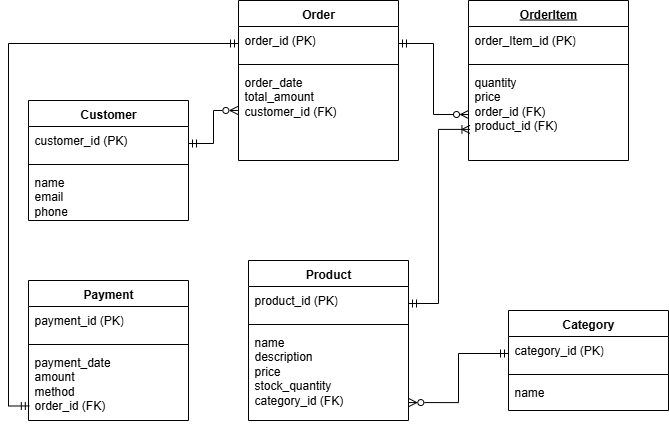
Above: Lab1/ER-діаграма (Crow’s Foot)/diagramCrowsFoot.drawio.png in prstkt1/2courseDB (draw.io), before the change. Source tidied: cells renumbered, new cells last; positions are measured from the earlier drawing's top-left corner, leaving out a move shared by most shapes. The source it was exported from:
```xml
<mxGraphModel>
  <root>
    <mxCell id="0" />
    <mxCell id="1" parent="0" />
    <mxCell id="2" value="Customer" style="swimlane;fontStyle=1;align=center;verticalAlign=top;horizontal=1;startSize=26;whiteSpace=wrap;html=1;" parent="1" vertex="1">
      <mxGeometry y="100" width="160" height="120" as="geometry" />
    </mxCell>
    <mxCell id="3" value="customer_id (PK)" style="text;strokeColor=none;fillColor=none;align=left;verticalAlign=top;spacingLeft=4;spacingRight=4;overflow=hidden;points=[[0,0.5],[1,0.5]];portConstraint=eastwest;whiteSpace=wrap;html=1;" parent="2" vertex="1">
      <mxGeometry y="26" width="160" height="34" as="geometry" />
    </mxCell>
    <mxCell id="4" style="line;strokeWidth=1;fillColor=none;align=left;verticalAlign=middle;spacingTop=-1;spacingLeft=3;spacingRight=3;labelPosition=right;strokeColor=inherit;" parent="2" vertex="1">
      <mxGeometry y="60" width="160" height="8" as="geometry" />
    </mxCell>
    <mxCell id="5" value="name&lt;br&gt;&lt;div&gt;email&lt;/div&gt;&lt;div&gt;phone&lt;/div&gt;" style="text;strokeColor=none;fillColor=none;align=left;verticalAlign=top;spacingLeft=4;spacingRight=4;overflow=hidden;whiteSpace=wrap;html=1;" parent="2" vertex="1">
      <mxGeometry y="68" width="160" height="52" as="geometry" />
    </mxCell>
    <mxCell id="6" value="Category" style="swimlane;fontStyle=1;align=center;verticalAlign=top;horizontal=1;startSize=26;whiteSpace=wrap;html=1;" parent="1" vertex="1">
      <mxGeometry x="480" y="310" width="160" height="100" as="geometry" />
    </mxCell>
    <mxCell id="7" value="category_id (PK)" style="text;strokeColor=none;fillColor=none;align=left;verticalAlign=top;spacingLeft=4;spacingRight=4;overflow=hidden;points=[[0,0.5],[1,0.5]];portConstraint=eastwest;whiteSpace=wrap;html=1;" parent="6" vertex="1">
      <mxGeometry y="26" width="160" height="34" as="geometry" />
    </mxCell>
    <mxCell id="8" style="line;strokeWidth=1;fillColor=none;align=left;verticalAlign=middle;spacingTop=-1;spacingLeft=3;spacingRight=3;labelPosition=right;strokeColor=inherit;" parent="6" vertex="1">
      <mxGeometry y="60" width="160" height="8" as="geometry" />
    </mxCell>
    <mxCell id="9" value="&lt;div&gt;name&lt;/div&gt;" style="text;strokeColor=none;fillColor=none;align=left;verticalAlign=top;spacingLeft=4;spacingRight=4;overflow=hidden;whiteSpace=wrap;html=1;" parent="6" vertex="1">
      <mxGeometry y="68" width="160" height="32" as="geometry" />
    </mxCell>
    <mxCell id="10" value="Product" style="swimlane;fontStyle=1;align=center;verticalAlign=top;horizontal=1;startSize=26;whiteSpace=wrap;html=1;" parent="1" vertex="1">
      <mxGeometry x="220" y="260" width="160" height="160" as="geometry" />
    </mxCell>
    <mxCell id="11" value="product_id (PK)" style="text;strokeColor=none;fillColor=none;align=left;verticalAlign=top;spacingLeft=4;spacingRight=4;overflow=hidden;points=[[0,0.5],[1,0.5]];portConstraint=eastwest;whiteSpace=wrap;html=1;" parent="10" vertex="1">
      <mxGeometry y="26" width="160" height="34" as="geometry" />
    </mxCell>
    <mxCell id="12" style="line;strokeWidth=1;fillColor=none;align=left;verticalAlign=middle;spacingTop=-1;spacingLeft=3;spacingRight=3;labelPosition=right;strokeColor=inherit;" parent="10" vertex="1">
      <mxGeometry y="60" width="160" height="8" as="geometry" />
    </mxCell>
    <mxCell id="13" value="name&lt;div&gt;description&lt;/div&gt;&lt;div&gt;price&lt;/div&gt;&lt;div&gt;stock_quantity&lt;/div&gt;&lt;div&gt;category_id (FK)&lt;/div&gt;" style="text;strokeColor=none;fillColor=none;align=left;verticalAlign=top;spacingLeft=4;spacingRight=4;overflow=hidden;points=[[0,0.5],[1,0.5]];portConstraint=eastwest;whiteSpace=wrap;html=1;" parent="10" vertex="1">
      <mxGeometry y="68" width="160" height="92" as="geometry" />
    </mxCell>
    <mxCell id="14" value="Order" style="swimlane;fontStyle=1;align=center;verticalAlign=top;horizontal=1;startSize=26;whiteSpace=wrap;html=1;" parent="1" vertex="1">
      <mxGeometry x="210" width="160" height="160" as="geometry" />
    </mxCell>
    <mxCell id="15" value="order_id (PK)" style="text;align=left;verticalAlign=top;spacingLeft=4;spacingRight=4;overflow=hidden;points=[[0,0.5],[1,0.5]];portConstraint=eastwest;whiteSpace=wrap;html=1;" parent="14" vertex="1">
      <mxGeometry y="26" width="160" height="34" as="geometry" />
    </mxCell>
    <mxCell id="16" style="line;strokeWidth=1;fillColor=none;align=left;verticalAlign=middle;spacingTop=-1;spacingLeft=3;spacingRight=3;labelPosition=right;strokeColor=inherit;" parent="14" vertex="1">
      <mxGeometry y="60" width="160" height="8" as="geometry" />
    </mxCell>
    <mxCell id="17" value="&lt;div&gt;&lt;span style=&quot;background-color: transparent; color: light-dark(rgb(0, 0, 0), rgb(255, 255, 255));&quot;&gt;order_date&lt;/span&gt;&lt;/div&gt;&lt;div&gt;total_amount&lt;/div&gt;&lt;div&gt;customer_id (FK)&lt;/div&gt;" style="text;strokeColor=none;fillColor=none;align=left;verticalAlign=top;spacingLeft=4;spacingRight=4;overflow=hidden;points=[[0,0.5],[1,0.5]];portConstraint=eastwest;whiteSpace=wrap;html=1;" parent="14" vertex="1">
      <mxGeometry y="68" width="160" height="92" as="geometry" />
    </mxCell>
    <mxCell id="18" value="&lt;u&gt;OrderItem&lt;/u&gt;" style="swimlane;fontStyle=1;align=center;verticalAlign=top;horizontal=1;startSize=26;whiteSpace=wrap;html=1;" parent="1" vertex="1">
      <mxGeometry x="440" width="160" height="160" as="geometry" />
    </mxCell>
    <mxCell id="19" value="order_Item_id (PK)" style="text;strokeColor=none;fillColor=none;align=left;verticalAlign=top;spacingLeft=4;spacingRight=4;overflow=hidden;whiteSpace=wrap;html=1;" parent="18" vertex="1">
      <mxGeometry y="26" width="160" height="34" as="geometry" />
    </mxCell>
    <mxCell id="20" style="line;strokeWidth=1;fillColor=none;align=left;verticalAlign=middle;spacingTop=-1;spacingLeft=3;spacingRight=3;labelPosition=right;strokeColor=inherit;" parent="18" vertex="1">
      <mxGeometry y="60" width="160" height="8" as="geometry" />
    </mxCell>
    <mxCell id="21" value="&lt;div&gt;quantity&lt;/div&gt;&lt;div&gt;&lt;span style=&quot;background-color: transparent; color: light-dark(rgb(0, 0, 0), rgb(255, 255, 255));&quot;&gt;price&lt;/span&gt;&lt;/div&gt;&lt;div&gt;&lt;span style=&quot;background-color: transparent; color: light-dark(rgb(0, 0, 0), rgb(255, 255, 255));&quot;&gt;order_id (FK)&lt;/span&gt;&lt;/div&gt;&lt;div&gt;&lt;div&gt;product_id (FK)&lt;/div&gt;&lt;/div&gt;" style="text;strokeColor=none;fillColor=none;align=left;verticalAlign=top;spacingLeft=4;spacingRight=4;overflow=hidden;points=[[0,0.5],[1,0.5]];portConstraint=eastwest;whiteSpace=wrap;html=1;" parent="18" vertex="1">
      <mxGeometry y="68" width="160" height="92" as="geometry" />
    </mxCell>
    <mxCell id="22" value="Payment" style="swimlane;fontStyle=1;align=center;verticalAlign=top;horizontal=1;startSize=26;whiteSpace=wrap;html=1;" parent="1" vertex="1">
      <mxGeometry y="280" width="160" height="140" as="geometry" />
    </mxCell>
    <mxCell id="23" value="payment_id (PK)" style="text;strokeColor=none;fillColor=none;align=left;verticalAlign=top;spacingLeft=4;spacingRight=4;overflow=hidden;whiteSpace=wrap;html=1;" parent="22" vertex="1">
      <mxGeometry y="26" width="160" height="34" as="geometry" />
    </mxCell>
    <mxCell id="24" style="line;strokeWidth=1;fillColor=none;align=left;verticalAlign=middle;spacingTop=-1;spacingLeft=3;spacingRight=3;labelPosition=right;strokeColor=inherit;" parent="22" vertex="1">
      <mxGeometry y="60" width="160" height="8" as="geometry" />
    </mxCell>
    <mxCell id="25" value="&lt;div&gt;payment_date&lt;/div&gt;&lt;div&gt;amount&lt;/div&gt;&lt;div&gt;method&lt;/div&gt;&lt;div&gt;order_id (FK)&lt;/div&gt;" style="text;strokeColor=none;fillColor=none;align=left;verticalAlign=top;spacingLeft=4;spacingRight=4;overflow=hidden;points=[[0,0.5],[1,0.5]];portConstraint=eastwest;whiteSpace=wrap;html=1;" parent="22" vertex="1">
      <mxGeometry y="68" width="160" height="72" as="geometry" />
    </mxCell>
    <mxCell id="26" style="edgeStyle=orthogonalEdgeStyle;rounded=0;jettySize=auto;html=1;entryX=-0.004;entryY=0.456;entryDx=0;entryDy=0;entryPerimeter=0;startArrow=ERmandOne;startFill=0;endArrow=ERzeroToMany;endFill=0;" parent="1" edge="1" source="3" target="17">
      <mxGeometry relative="1" as="geometry" />
    </mxCell>
    <mxCell id="27" style="edgeStyle=orthogonalEdgeStyle;rounded=0;jettySize=auto;html=1;entryX=0;entryY=0.5;entryDx=0;entryDy=0;startArrow=ERmandOne;startFill=0;endArrow=ERzeroToMany;endFill=0;" parent="1" edge="1" source="15" target="21">
      <mxGeometry relative="1" as="geometry" />
    </mxCell>
    <mxCell id="28" style="edgeStyle=orthogonalEdgeStyle;rounded=0;jettySize=auto;html=1;entryX=0.009;entryY=0.662;entryDx=0;entryDy=0;entryPerimeter=0;endArrow=ERoneToMany;endFill=0;startArrow=ERmandOne;startFill=0;" parent="1" edge="1" source="11" target="21">
      <mxGeometry relative="1" as="geometry" />
    </mxCell>
    <mxCell id="29" style="edgeStyle=orthogonalEdgeStyle;rounded=0;jettySize=auto;html=1;entryX=0.005;entryY=0.798;entryDx=0;entryDy=0;entryPerimeter=0;startArrow=ERmandOne;startFill=0;endArrow=ERmandOne;endFill=0;" parent="1" edge="1" source="15" target="25">
      <mxGeometry relative="1" as="geometry" />
    </mxCell>
    <mxCell id="30" style="edgeStyle=orthogonalEdgeStyle;rounded=0;jettySize=auto;html=1;entryX=1.002;entryY=0.805;entryDx=0;entryDy=0;entryPerimeter=0;startArrow=ERmandOne;startFill=0;endArrow=ERzeroToMany;endFill=0;" parent="1" edge="1" source="7" target="13">
      <mxGeometry relative="1" as="geometry" />
    </mxCell>
  </root>
</mxGraphModel>
```
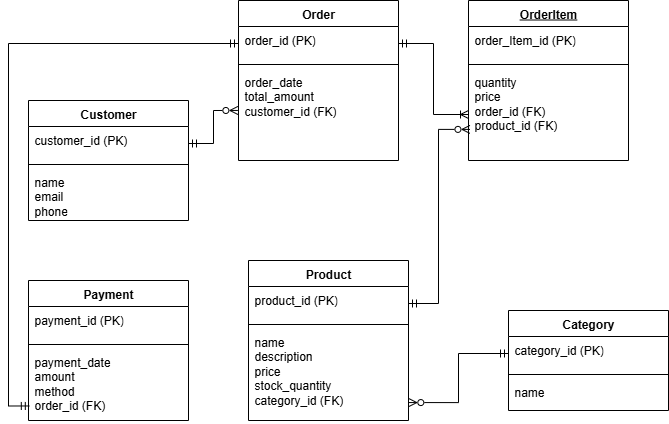
After the commit.

What changed in the source:
```diff
@@ -77,10 +77,10 @@
     <mxCell id="26" style="edgeStyle=orthogonalEdgeStyle;rounded=0;jettySize=auto;html=1;entryX=-0.004;entryY=0.456;entryDx=0;entryDy=0;entryPerimeter=0;startArrow=ERmandOne;startFill=0;endArrow=ERzeroToMany;endFill=0;" parent="1" edge="1" source="3" target="17">
       <mxGeometry relative="1" as="geometry" />
     </mxCell>
-    <mxCell id="27" style="edgeStyle=orthogonalEdgeStyle;rounded=0;jettySize=auto;html=1;entryX=0;entryY=0.5;entryDx=0;entryDy=0;startArrow=ERmandOne;startFill=0;endArrow=ERzeroToMany;endFill=0;" parent="1" edge="1" source="15" target="21">
+    <mxCell id="27" style="edgeStyle=orthogonalEdgeStyle;rounded=0;jettySize=auto;html=1;entryX=0;entryY=0.5;entryDx=0;entryDy=0;startArrow=ERmandOne;startFill=0;endArrow=ERoneToMany;endFill=0;" parent="1" edge="1" source="15" target="21">
       <mxGeometry relative="1" as="geometry" />
     </mxCell>
-    <mxCell id="28" style="edgeStyle=orthogonalEdgeStyle;rounded=0;jettySize=auto;html=1;entryX=0.009;entryY=0.662;entryDx=0;entryDy=0;entryPerimeter=0;endArrow=ERoneToMany;endFill=0;startArrow=ERmandOne;startFill=0;" parent="1" edge="1" source="11" target="21">
+    <mxCell id="28" style="edgeStyle=orthogonalEdgeStyle;rounded=0;jettySize=auto;html=1;entryX=0.009;entryY=0.662;entryDx=0;entryDy=0;entryPerimeter=0;endArrow=ERzeroToMany;endFill=0;startArrow=ERmandOne;startFill=0;" parent="1" edge="1" source="11" target="21">
       <mxGeometry relative="1" as="geometry" />
     </mxCell>
     <mxCell id="29" style="edgeStyle=orthogonalEdgeStyle;rounded=0;jettySize=auto;html=1;entryX=0.005;entryY=0.798;entryDx=0;entryDy=0;entryPerimeter=0;startArrow=ERmandOne;startFill=0;endArrow=ERmandOne;endFill=0;" parent="1" edge="1" source="15" target="25">
```
